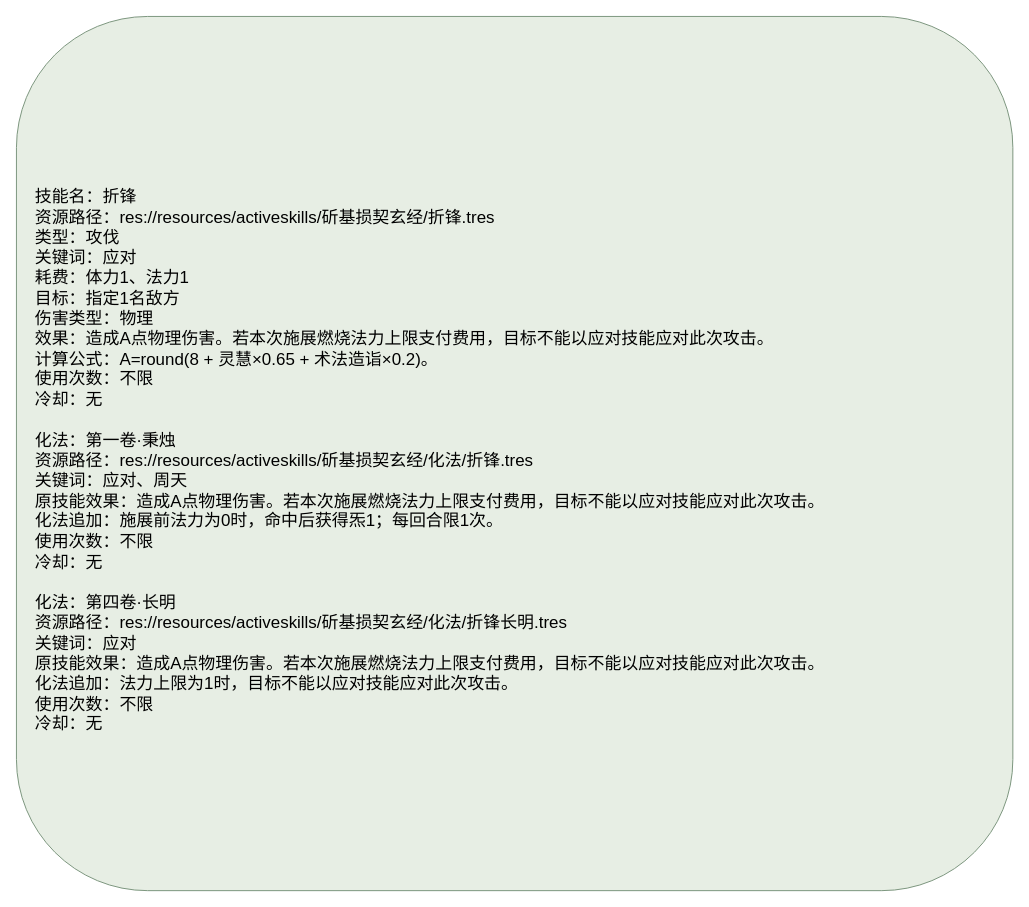
This is docs/卡牌词典/秘籍技能/斫基损契玄经/折锋.drawio from ankundanetracyc-spec/tian-guan-you-du, a draw.io file, before an edit. Source tidied: cells renumbered, new cells numbered last; positions are measured from the earlier drawing's top-left corner, leaving out a move shared by most shapes. Both pictures are drawn from the tidied source at 94%, with x=0, y=0 at pixel (16, 16).
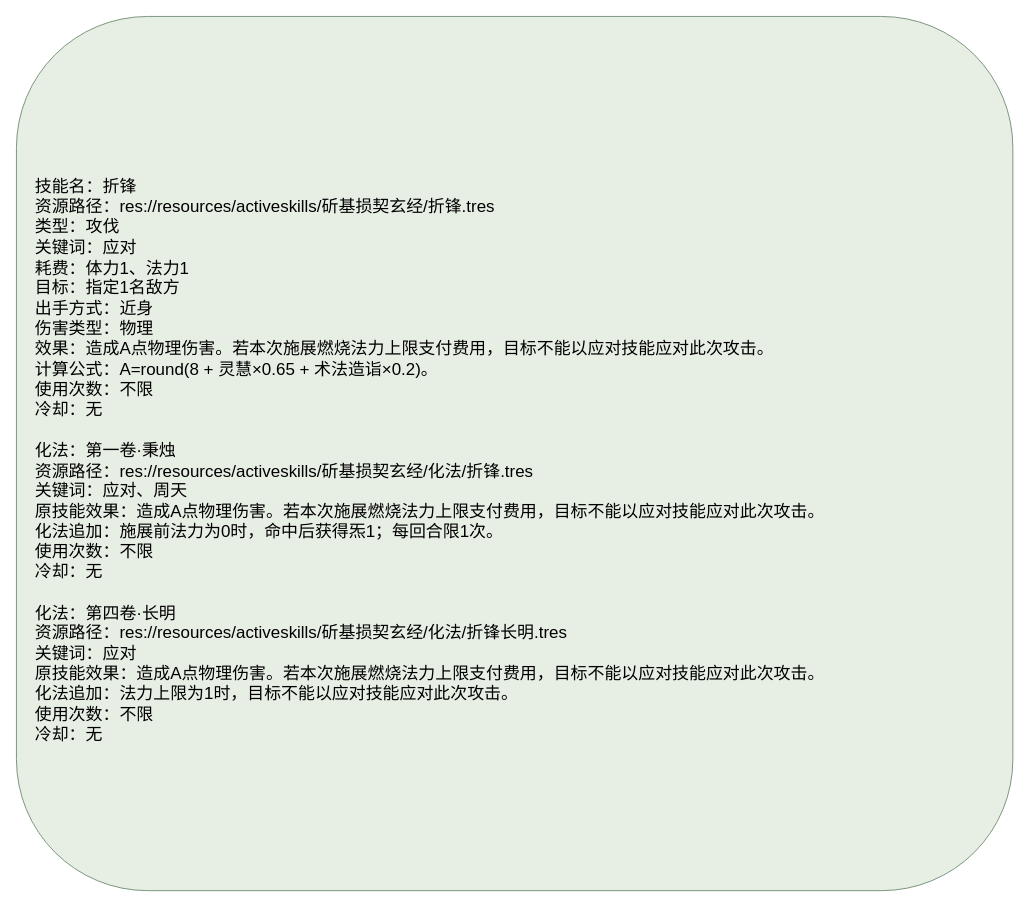
Above is the later version.

Diff of the diagram source:
```diff
@@
 <mxGraphModel>
   <root>
     <mxCell id="0" />
     <mxCell id="1" parent="0" />
-    <mxCell id="2" value="&lt;div style=&quot;text-align:left;&quot;&gt;技能名：折锋&lt;br&gt;资源路径：res://resources/activeskills/斫基损契玄经/折锋.tres&lt;br&gt;类型：攻伐&lt;br&gt;关键词：应对&lt;br&gt;耗费：体力1、法力1&lt;br&gt;目标：指定1名敌方&lt;br&gt;伤害类型：物理&lt;br&gt;效果：造成A点物理伤害。若本次施展燃烧法力上限支付费用，目标不能以应对技能应对此次攻击。&lt;br&gt;计算公式：A=round(8 + 灵慧×0.65 + 术法造诣×0.2)。&lt;br&gt;使用次数：不限&lt;br&gt;冷却：无&lt;br&gt;&lt;br&gt;化法：第一卷·秉烛&lt;br&gt;资源路径：res://resources/activeskills/斫基损契玄经/化法/折锋.tres&lt;br&gt;关键词：应对、周天&lt;br&gt;原技能效果：造成A点物理伤害。若本次施展燃烧法力上限支付费用，目标不能以应对技能应对此次攻击。&lt;br&gt;化法追加：施展前法力为0时，命中后获得炁1；每回合限1次。&lt;br&gt;使用次数：不限&lt;br&gt;冷却：无&lt;br&gt;&lt;br&gt;化法：第四卷·长明&lt;br&gt;资源路径：res://resources/activeskills/斫基损契玄经/化法/折锋长明.tres&lt;br&gt;关键词：应对&lt;br&gt;原技能效果：造成A点物理伤害。若本次施展燃烧法力上限支付费用，目标不能以应对技能应对此次攻击。&lt;br&gt;化法追加：法力上限为1时，目标不能以应对技能应对此次攻击。&lt;br&gt;使用次数：不限&lt;br&gt;冷却：无&lt;/div&gt;" style="rounded=1;whiteSpace=wrap;html=1;fillColor=#e7eee4;strokeColor=#769078;fontSize=18;align=left;spacingLeft=18;spacingTop=16;" parent="1" vertex="1">
+    <mxCell id="2" value="&lt;div style=&quot;text-align:left;&quot;&gt;技能名：折锋&lt;br&gt;资源路径：res://resources/activeskills/斫基损契玄经/折锋.tres&lt;br&gt;类型：攻伐&lt;br&gt;关键词：应对&lt;br&gt;耗费：体力1、法力1&lt;br&gt;目标：指定1名敌方&lt;br&gt;出手方式：近身&lt;br&gt;伤害类型：物理&lt;br&gt;效果：造成A点物理伤害。若本次施展燃烧法力上限支付费用，目标不能以应对技能应对此次攻击。&lt;br&gt;计算公式：A=round(8 + 灵慧×0.65 + 术法造诣×0.2)。&lt;br&gt;使用次数：不限&lt;br&gt;冷却：无&lt;br&gt;&lt;br&gt;化法：第一卷·秉烛&lt;br&gt;资源路径：res://resources/activeskills/斫基损契玄经/化法/折锋.tres&lt;br&gt;关键词：应对、周天&lt;br&gt;原技能效果：造成A点物理伤害。若本次施展燃烧法力上限支付费用，目标不能以应对技能应对此次攻击。&lt;br&gt;化法追加：施展前法力为0时，命中后获得炁1；每回合限1次。&lt;br&gt;使用次数：不限&lt;br&gt;冷却：无&lt;br&gt;&lt;br&gt;化法：第四卷·长明&lt;br&gt;资源路径：res://resources/activeskills/斫基损契玄经/化法/折锋长明.tres&lt;br&gt;关键词：应对&lt;br&gt;原技能效果：造成A点物理伤害。若本次施展燃烧法力上限支付费用，目标不能以应对技能应对此次攻击。&lt;br&gt;化法追加：法力上限为1时，目标不能以应对技能应对此次攻击。&lt;br&gt;使用次数：不限&lt;br&gt;冷却：无&lt;/div&gt;" style="rounded=1;whiteSpace=wrap;html=1;fillColor=#e7eee4;strokeColor=#769078;fontSize=18;align=left;spacingLeft=18;spacingTop=16;" parent="1" vertex="1">
       <mxGeometry width="1060" height="930" as="geometry" />
     </mxCell>
   </root>
 </mxGraphModel>
```
